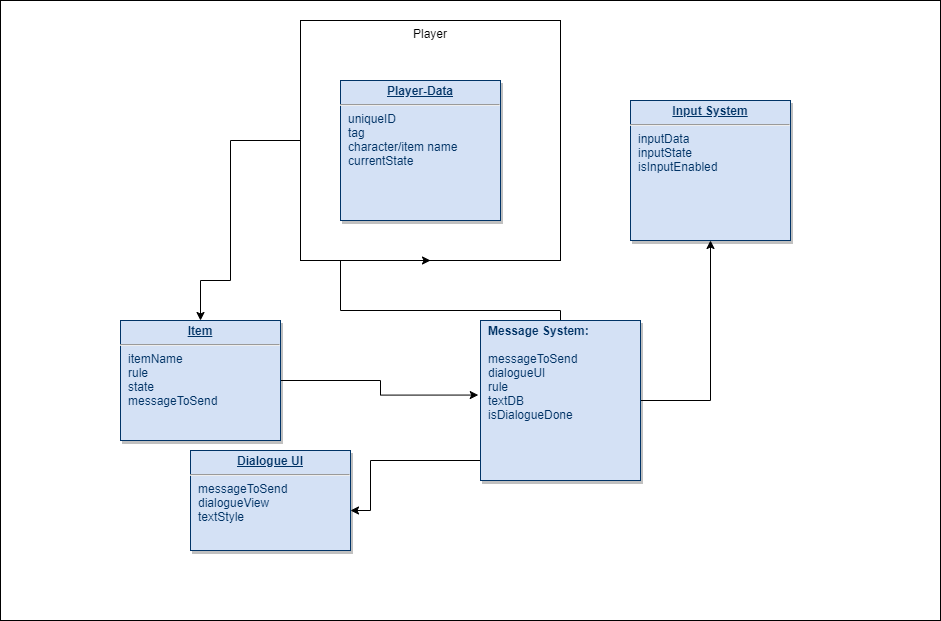
This is Design Diagrams/Dialogue_Influence_Diagram.drawio.png from swiimii/senior-design, a draw.io export, as it was before one commit. Source tidied: cells renumbered, new cells last; positions are measured from the earlier drawing's top-left corner, leaving out a move shared by most shapes.
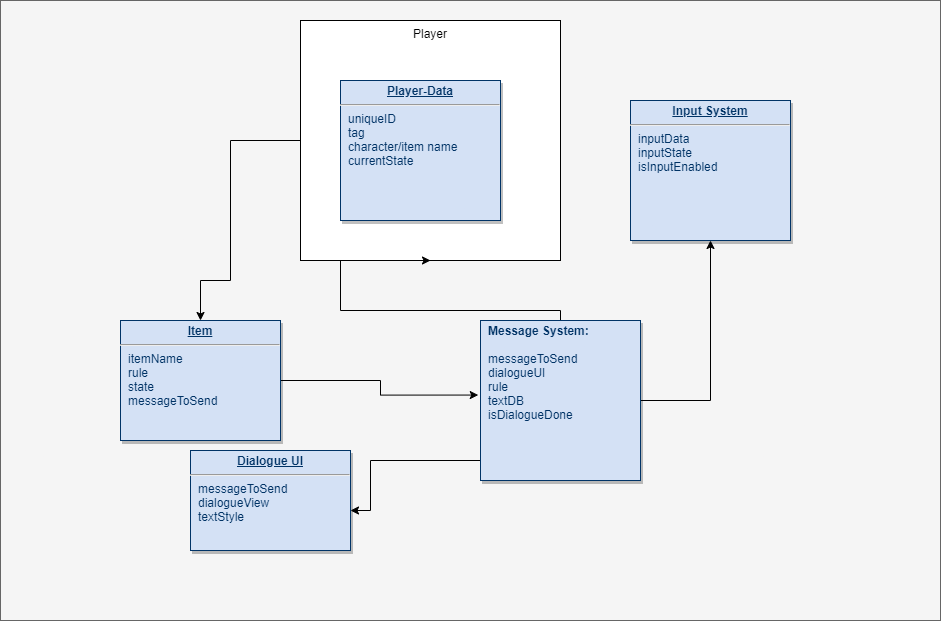
Above is the later version.

Change to the diagram source:
```diff
@@ -2,7 +2,7 @@
   <root>
     <mxCell id="0" />
     <mxCell id="1" parent="0" />
-    <mxCell id="2" style="rounded=0;whiteSpace=wrap;html=1;verticalAlign=top;labelBackgroundColor=#060508;labelBorderColor=none;" parent="1" vertex="1">
+    <mxCell id="2" style="rounded=0;whiteSpace=wrap;html=1;verticalAlign=top;labelBackgroundColor=#060508;labelBorderColor=none;fillColor=#f5f5f5;strokeColor=#666666;fontColor=#333333;" parent="1" vertex="1">
       <mxGeometry width="940" height="620" as="geometry" />
     </mxCell>
     <mxCell id="3" style="edgeStyle=orthogonalEdgeStyle;rounded=0;jettySize=auto;html=1;entryX=0.5;entryY=0;entryDx=0;entryDy=0;" parent="1" edge="1" source="4" target="10">
```
